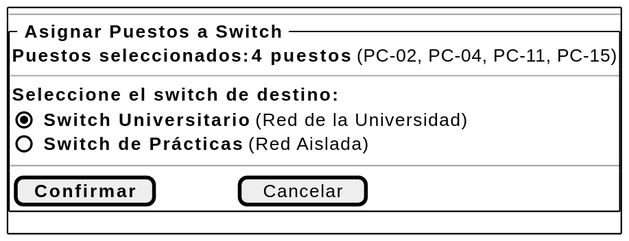
The PlantUML diagram images/01-requisitos/01-detalle-casos-uso/asignarPuestosASwitch/wireframes.svg in Carlos-Lima2510/mesh-panel, before a commit. Its diagram source:
```plantuml
@startsalt wireframes
skinparam dpi 150
skinparam defaultFontName sans-serif
{+
  --
  {^"<b> Asignar Puestos a Switch </b>"
    {
      <b>Puestos seleccionados:</b> | <b>4 puestos</b> (PC-02, PC-04, PC-11, PC-15)
    }
    --
    {
      <b>Seleccione el switch de destino:</b>
      {
        (X) <b>Switch Universitario</b> (Red de la Universidad)
        () <b>Switch de Prácticas</b> (Red Aislada)
      }
    }
    --
    {
      [ <b>Confirmar</b> ] | <color:transparent>________________________________________</color> | [ Cancelar ]
    }
  }
}
@endsalt
```
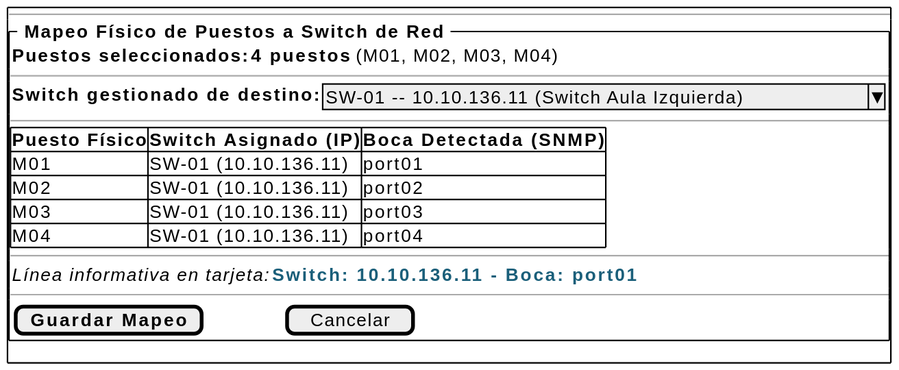
The same diagram one commit later.

Diff of the diagram source:
```diff
@@ -1,23 +1,31 @@
-@startsalt wireframes
+@startsalt asignarPuestosASwitch-wireframe
 skinparam dpi 150
 skinparam defaultFontName sans-serif
 {+
   --
-  {^"<b> Asignar Puestos a Switch </b>"
+  {^"<b> Mapeo Físico de Puestos a Switch de Red </b>"
     {
-      <b>Puestos seleccionados:</b> | <b>4 puestos</b> (PC-02, PC-04, PC-11, PC-15)
+      <b>Puestos seleccionados:</b> | <b>4 puestos</b> (M01, M02, M03, M04)
     }
     --
     {
-      <b>Seleccione el switch de destino:</b>
-      {
-        (X) <b>Switch Universitario</b> (Red de la Universidad)
-        () <b>Switch de Prácticas</b> (Red Aislada)
-      }
+      <b>Switch gestionado de destino:</b> | ^SW-01 -- 10.10.136.11 (Switch Aula Izquierda)^
+    }
+    --
+    {#
+      <b>Puesto Físico</b> | <b>Switch Asignado (IP)</b> | <b>Boca Detectada (SNMP)</b>
+      M01 | SW-01 (10.10.136.11) | port01
+      M02 | SW-01 (10.10.136.11) | port02
+      M03 | SW-01 (10.10.136.11) | port03
+      M04 | SW-01 (10.10.136.11) | port04
     }
     --
     {
-      [ <b>Confirmar</b> ] | <color:transparent>________________________________________</color> | [ Cancelar ]
+      <i>Línea informativa en tarjeta:</i> | <color:#1A5F7A><b>Switch: 10.10.136.11 - Boca: port01</b></color>
+    }
+    --
+    {
+      [ <b>Guardar Mapeo</b> ] | <color:transparent>________________________________________</color> | [ Cancelar ]
     }
   }
 }
```
